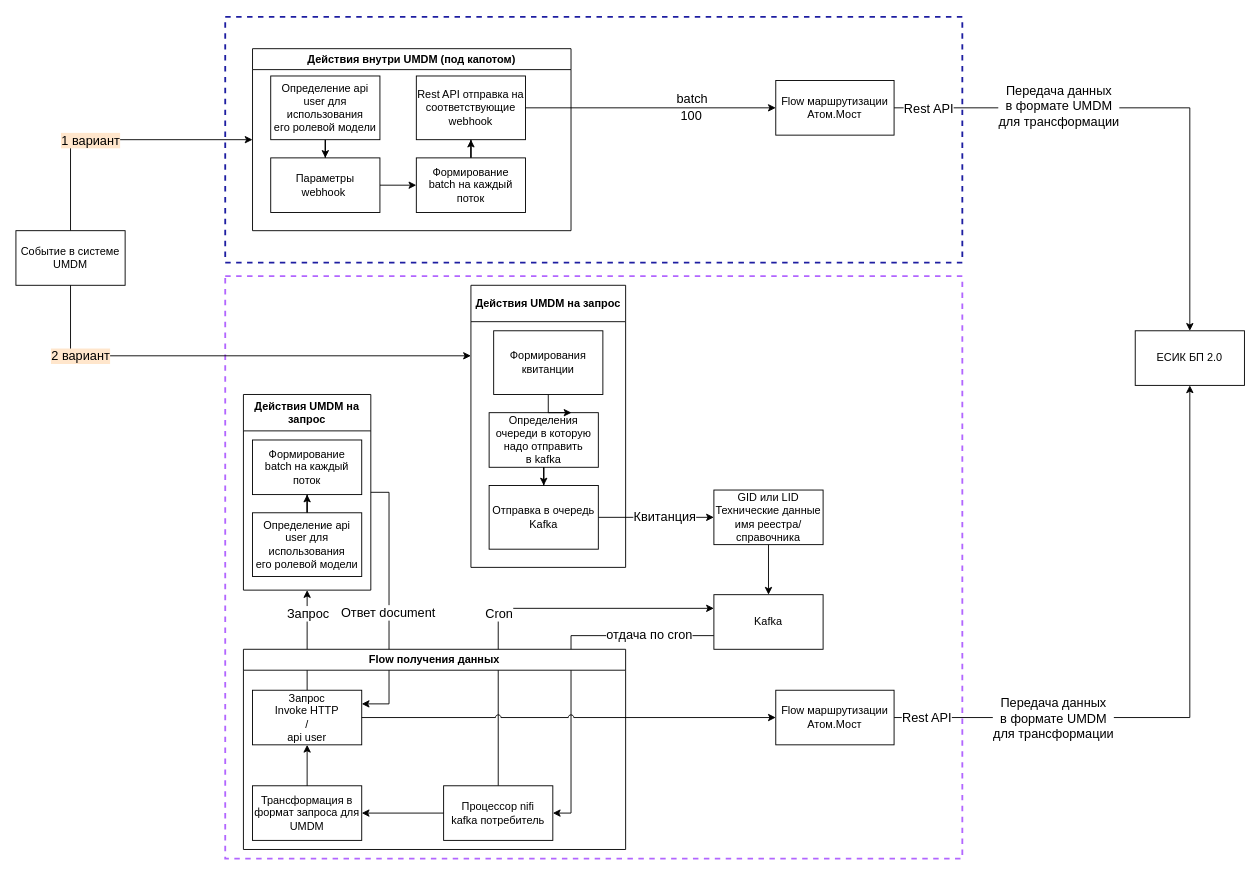
The draw.io diagram Варианты отправки.drawio in Grin5/drawIo, before the edit. Source tidied: cells renumbered, new cells numbered last; positions are measured from the earlier drawing's top-left corner, leaving out a move shared by most shapes. Both pictures are drawn from the tidied source at 91%, with x=0, y=0 at pixel (15, 16).
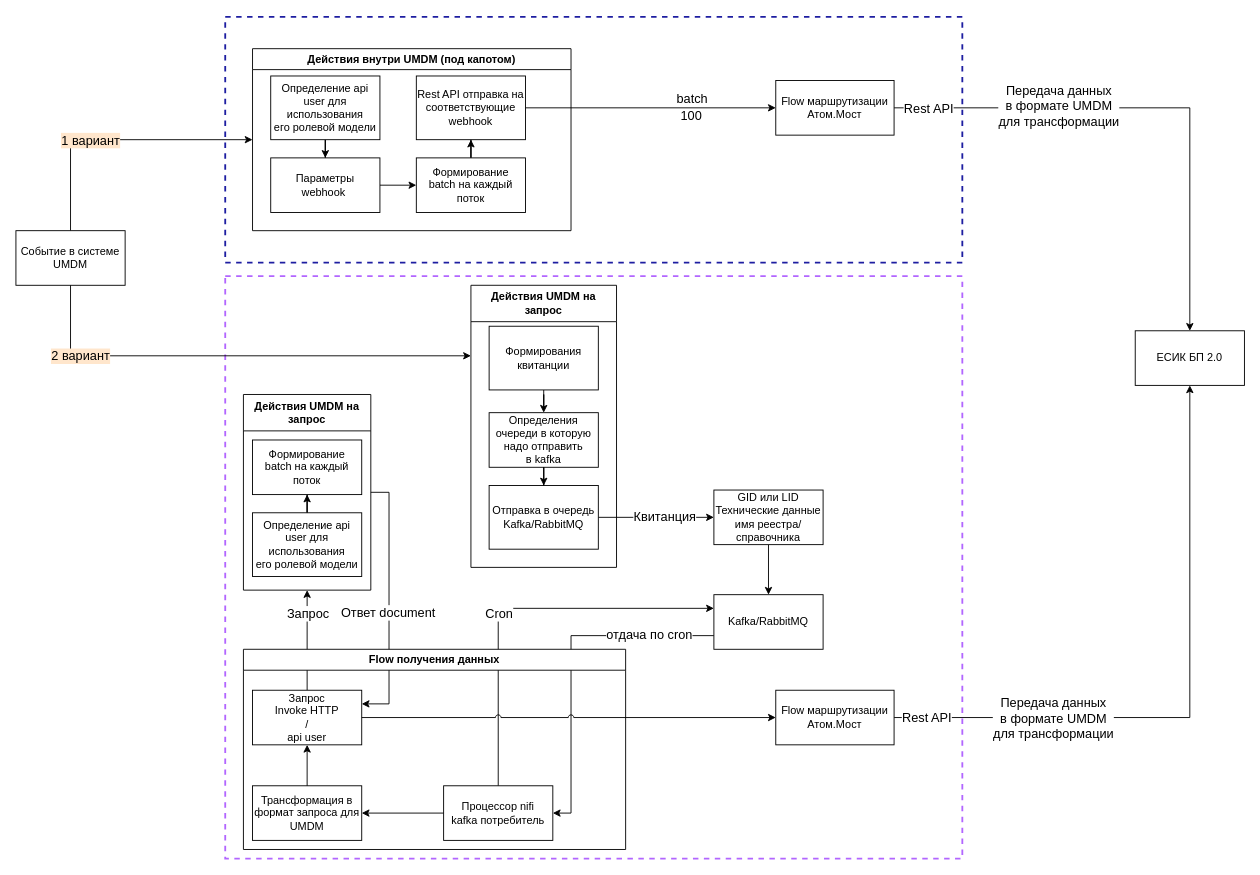
The same diagram, later.

Unchanged cells that the change refers to:
```xml
<mxCell id="55" value="Определения&lt;br&gt;очереди в&amp;nbsp;которую надо отправить&lt;br&gt;в kafka" style="rounded=0;whiteSpace=wrap;html=1;" parent="53" vertex="1">
  <mxGeometry x="20" y="140" width="120" height="60" as="geometry" />
</mxCell>
```

Diff of the diagram source:
```diff
@@
-    <mxCell id="18" value="Kafka" style="rounded=0;whiteSpace=wrap;html=1;" parent="1" vertex="1">
+    <mxCell id="18" value="Kafka/RabbitMQ" style="rounded=0;whiteSpace=wrap;html=1;" parent="1" vertex="1">
       <mxGeometry x="767" y="635" width="120" height="60" as="geometry" />
     </mxCell>
@@
     <mxCell id="53" value="Действия UMDM на запрос" style="swimlane;whiteSpace=wrap;html=1;startSize=40;" parent="1" vertex="1">
-      <mxGeometry x="500" y="295" width="170" height="310" as="geometry" />
+      <mxGeometry x="500" y="295" width="160" height="310" as="geometry" />
     </mxCell>
-    <mxCell id="54" value="Отправка в очередь&lt;br&gt;Kafka" style="rounded=0;whiteSpace=wrap;html=1;" parent="53" vertex="1">
+    <mxCell id="54" value="Отправка в очередь&lt;br&gt;Kafka/RabbitMQ" style="rounded=0;whiteSpace=wrap;html=1;" parent="53" vertex="1">
       <mxGeometry x="20" y="220" width="120" height="70" as="geometry" />
     </mxCell>
@@
-    <mxCell id="57" style="edgeStyle=orthogonalEdgeStyle;rounded=0;jettySize=auto;html=1;" parent="1" edge="1" source="58">
-      <mxGeometry relative="1" as="geometry">
-        <mxPoint x="610" y="435" as="targetPoint" />
-      </mxGeometry>
-    </mxCell>
+    <mxCell id="59" style="edgeStyle=orthogonalEdgeStyle;rounded=0;jettySize=auto;html=1;" parent="1" edge="1" source="58" target="55">
+      <mxGeometry relative="1" as="geometry" />
+    </mxCell>
     <mxCell id="58" value="Формирования квитанции" style="rounded=0;whiteSpace=wrap;html=1;" parent="1" vertex="1">
-      <mxGeometry x="525" y="345" width="120" height="70" as="geometry" />
+      <mxGeometry x="520" y="340" width="120" height="70" as="geometry" />
     </mxCell>
```
